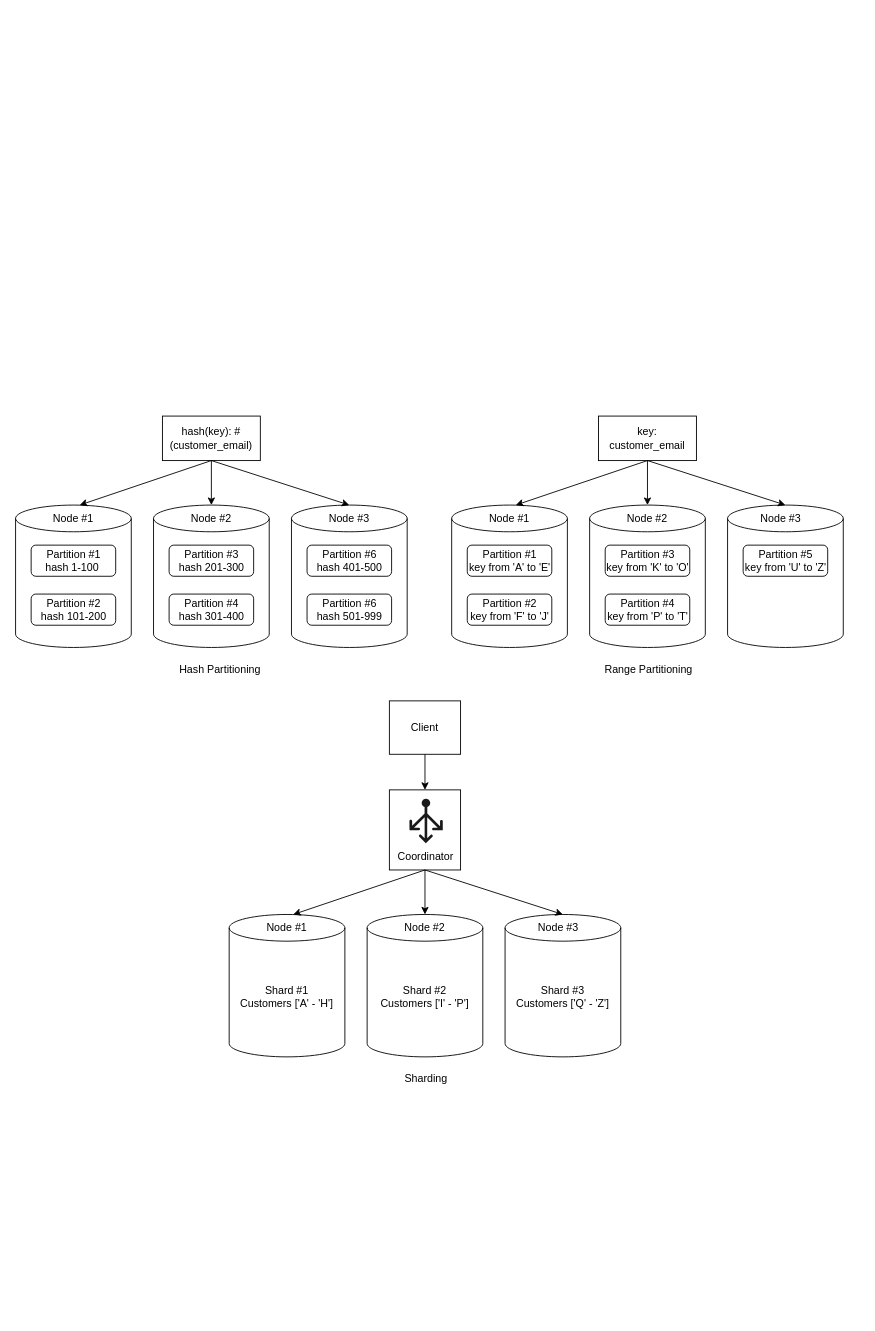
Above: Partitioning Diagram.drawio in jayanthkmr/architecture-diagrams (draw.io), before the change. Source tidied: cells renumbered, new cells numbered last; positions are measured from the earlier drawing's top-left corner, leaving out a move shared by most shapes. Both pictures are drawn from the tidied source at 89%, with x=0, y=0 at pixel (15, 416).
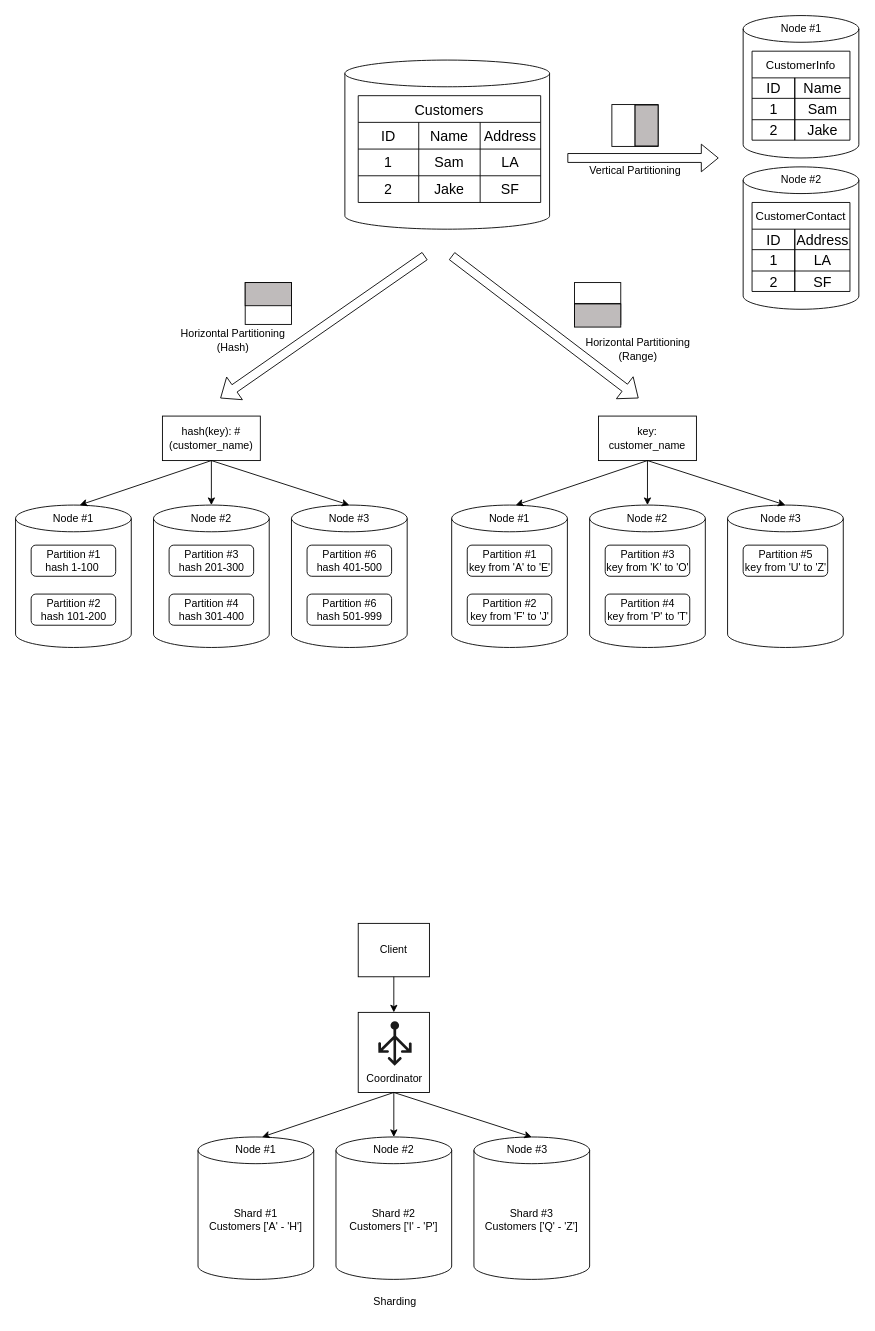
The same diagram, later.

Diff of the diagram source:
```diff
@@
     <mxCell id="2" style="rounded=0;whiteSpace=wrap;html=1;" parent="1" vertex="1">
-      <mxGeometry x="420" y="420" width="80" height="90" as="geometry" />
+      <mxGeometry x="385" y="670" width="80" height="90" as="geometry" />
     </mxCell>
@@
-    <mxCell id="5" value="key: customer_email" style="rounded=0;whiteSpace=wrap;html=1;" parent="1" vertex="1">
+    <mxCell id="5" value="key: customer_name" style="rounded=0;whiteSpace=wrap;html=1;" parent="1" vertex="1">
       <mxGeometry x="655" width="110" height="50" as="geometry" />
     </mxCell>
@@
-    <mxCell id="17" value="hash(key): #(customer_email)" style="rounded=0;whiteSpace=wrap;html=1;" parent="1" vertex="1">
+    <mxCell id="17" value="hash(key): #(customer_name)" style="rounded=0;whiteSpace=wrap;html=1;" parent="1" vertex="1">
       <mxGeometry x="165" width="110" height="50" as="geometry" />
     </mxCell>
@@
-    <mxCell id="34" value="Hash Partitioning" style="text;html=1;strokeColor=none;fillColor=none;align=center;verticalAlign=middle;whiteSpace=wrap;rounded=0;" parent="1" vertex="1">
-      <mxGeometry x="180" y="270" width="100" height="30" as="geometry" />
-    </mxCell>
-    <mxCell id="35" value="Range Partitioning" style="text;html=1;strokeColor=none;fillColor=none;align=center;verticalAlign=middle;whiteSpace=wrap;rounded=0;" parent="1" vertex="1">
-      <mxGeometry x="645" y="270" width="132.5" height="30" as="geometry" />
+    <mxCell id="35" value="Horizontal Partitioning (Range)" style="text;html=1;strokeColor=none;fillColor=none;align=center;verticalAlign=middle;whiteSpace=wrap;rounded=0;" parent="1" vertex="1">
+      <mxGeometry x="632.5" y="-90" width="132.5" height="30" as="geometry" />
     </mxCell>
     <mxCell id="36" value="Shard #1&lt;br style=&quot;border-color: var(--border-color);&quot;&gt;Customers ['A' - 'H']" style="shape=cylinder3;whiteSpace=wrap;html=1;boundedLbl=1;backgroundOutline=1;size=15;" parent="1" vertex="1">
-      <mxGeometry x="240" y="560" width="130" height="160" as="geometry" />
+      <mxGeometry x="205" y="810" width="130" height="160" as="geometry" />
     </mxCell>
     <mxCell id="37" value="Shard #2&lt;br style=&quot;border-color: var(--border-color);&quot;&gt;Customers ['I' - 'P']" style="shape=cylinder3;whiteSpace=wrap;html=1;boundedLbl=1;backgroundOutline=1;size=15;" parent="1" vertex="1">
-      <mxGeometry x="395" y="560" width="130" height="160" as="geometry" />
+      <mxGeometry x="360" y="810" width="130" height="160" as="geometry" />
     </mxCell>
     <mxCell id="38" value="Shard #3&lt;br style=&quot;border-color: var(--border-color);&quot;&gt;Customers ['Q' - 'Z']" style="shape=cylinder3;whiteSpace=wrap;html=1;boundedLbl=1;backgroundOutline=1;size=15;" parent="1" vertex="1">
-      <mxGeometry x="550" y="560" width="130" height="160" as="geometry" />
+      <mxGeometry x="515" y="810" width="130" height="160" as="geometry" />
     </mxCell>
     <mxCell id="39" style="endArrow=classic;html=1;rounded=0;exitX=0.5;exitY=1;exitDx=0;exitDy=0;entryX=0.554;entryY=0;entryDx=0;entryDy=0;entryPerimeter=0;" parent="1" edge="1" target="36">
       <mxGeometry relative="1" as="geometry">
-        <mxPoint x="460" y="510" as="sourcePoint" />
+        <mxPoint x="425" y="760" as="sourcePoint" />
       </mxGeometry>
     </mxCell>
     <mxCell id="40" style="endArrow=classic;html=1;rounded=0;exitX=0.5;exitY=1;exitDx=0;exitDy=0;" parent="1" edge="1" target="37">
       <mxGeometry relative="1" as="geometry">
-        <mxPoint x="460" y="510" as="sourcePoint" />
+        <mxPoint x="425" y="760" as="sourcePoint" />
       </mxGeometry>
     </mxCell>
     <mxCell id="41" style="endArrow=classic;html=1;rounded=0;exitX=0.5;exitY=1;exitDx=0;exitDy=0;entryX=0.5;entryY=0;entryDx=0;entryDy=0;entryPerimeter=0;" parent="1" edge="1" target="38">
       <mxGeometry relative="1" as="geometry">
-        <mxPoint x="460" y="510" as="sourcePoint" />
+        <mxPoint x="425" y="760" as="sourcePoint" />
       </mxGeometry>
     </mxCell>
     <mxCell id="42" value="Node #1" style="text;html=1;strokeColor=none;fillColor=none;align=center;verticalAlign=middle;whiteSpace=wrap;rounded=0;" parent="1" vertex="1">
-      <mxGeometry x="275" y="560" width="60" height="30" as="geometry" />
+      <mxGeometry x="240" y="810" width="60" height="30" as="geometry" />
     </mxCell>
     <mxCell id="43" value="Node #2" style="text;html=1;strokeColor=none;fillColor=none;align=center;verticalAlign=middle;whiteSpace=wrap;rounded=0;" parent="1" vertex="1">
-      <mxGeometry x="430" y="560" width="60" height="30" as="geometry" />
+      <mxGeometry x="395" y="810" width="60" height="30" as="geometry" />
     </mxCell>
     <mxCell id="44" value="Node #3" style="text;html=1;strokeColor=none;fillColor=none;align=center;verticalAlign=middle;whiteSpace=wrap;rounded=0;" parent="1" vertex="1">
-      <mxGeometry x="580" y="560" width="60" height="30" as="geometry" />
+      <mxGeometry x="545" y="810" width="60" height="30" as="geometry" />
     </mxCell>
     <mxCell id="45" value="Sharding" style="text;html=1;strokeColor=none;fillColor=none;align=center;verticalAlign=middle;whiteSpace=wrap;rounded=0;" parent="1" vertex="1">
-      <mxGeometry x="395" y="730" width="132.5" height="30" as="geometry" />
+      <mxGeometry x="360" y="980" width="132.5" height="30" as="geometry" />
     </mxCell>
     <mxCell id="46" style="verticalLabelPosition=bottom;html=1;verticalAlign=top;align=center;strokeColor=none;fillColor=#1A1A1A;shape=mxgraph.azure.load_balancer_generic;" parent="1" vertex="1">
-      <mxGeometry x="442.5" y="430" width="37.5" height="50" as="geometry" />
+      <mxGeometry x="407.5" y="680" width="37.5" height="50" as="geometry" />
     </mxCell>
     <mxCell id="47" value="Coordinator" style="text;html=1;strokeColor=none;fillColor=none;align=center;verticalAlign=middle;whiteSpace=wrap;rounded=0;" parent="1" vertex="1">
-      <mxGeometry x="431" y="480" width="60" height="30" as="geometry" />
+      <mxGeometry x="396" y="730" width="60" height="30" as="geometry" />
     </mxCell>
     <mxCell id="48" value="Client" style="rounded=0;whiteSpace=wrap;html=1;" parent="1" vertex="1">
-      <mxGeometry x="420" y="320" width="80" height="60" as="geometry" />
+      <mxGeometry x="385" y="570" width="80" height="60" as="geometry" />
     </mxCell>
@@
+    <mxCell id="50" style="shape=cylinder3;whiteSpace=wrap;html=1;boundedLbl=1;backgroundOutline=1;size=15;" parent="1" vertex="1">
+      <mxGeometry x="370" y="-400" width="230" height="190" as="geometry" />
+    </mxCell>
+    <mxCell id="51" value="Customers" style="shape=table;startSize=30;childLayout=tableLayout;strokeColor=default;fontSize=16;" parent="1" vertex="1">
+      <mxGeometry x="385" y="-360" width="205" height="120" as="geometry" />
+    </mxCell>
+    <mxCell id="52" style="shape=tableRow;horizontal=0;startSize=0;swimlaneHead=0;swimlaneBody=0;strokeColor=inherit;top=0;left=0;bottom=0;right=0;fillColor=none;fontSize=16;" parent="51" vertex="1">
+      <mxGeometry y="30" width="205" height="30" as="geometry" />
+    </mxCell>
+    <mxCell id="53" value="ID" style="shape=partialRectangle;html=1;whiteSpace=wrap;strokeColor=inherit;overflow=hidden;fillColor=none;top=0;left=0;bottom=0;right=0;fontSize=16;" parent="52" vertex="1">
+      <mxGeometry width="68" height="30" as="geometry" />
+    </mxCell>
+    <mxCell id="54" value="Name" style="shape=partialRectangle;html=1;whiteSpace=wrap;strokeColor=inherit;overflow=hidden;fillColor=none;top=0;left=0;bottom=0;right=0;fontSize=16;" parent="52" vertex="1">
+      <mxGeometry x="68" width="69" height="30" as="geometry" />
+    </mxCell>
+    <mxCell id="55" value="Address" style="shape=partialRectangle;html=1;whiteSpace=wrap;strokeColor=inherit;overflow=hidden;fillColor=none;top=0;left=0;bottom=0;right=0;fontSize=16;" parent="52" vertex="1">
+      <mxGeometry x="137" width="68" height="30" as="geometry" />
+    </mxCell>
+    <mxCell id="56" style="shape=tableRow;horizontal=0;startSize=0;swimlaneHead=0;swimlaneBody=0;strokeColor=inherit;top=0;left=0;bottom=0;right=0;fillColor=none;fontSize=16;" parent="51" vertex="1">
+      <mxGeometry y="60" width="205" height="30" as="geometry" />
+    </mxCell>
+    <mxCell id="57" value="1" style="shape=partialRectangle;html=1;whiteSpace=wrap;strokeColor=inherit;overflow=hidden;fillColor=none;top=0;left=0;bottom=0;right=0;fontSize=16;" parent="56" vertex="1">
+      <mxGeometry width="68" height="30" as="geometry" />
+    </mxCell>
+    <mxCell id="58" value="Sam" style="shape=partialRectangle;html=1;whiteSpace=wrap;strokeColor=inherit;overflow=hidden;fillColor=none;top=0;left=0;bottom=0;right=0;fontSize=16;" parent="56" vertex="1">
+      <mxGeometry x="68" width="69" height="30" as="geometry" />
+    </mxCell>
+    <mxCell id="59" value="LA" style="shape=partialRectangle;html=1;whiteSpace=wrap;strokeColor=inherit;overflow=hidden;fillColor=none;top=0;left=0;bottom=0;right=0;fontSize=16;" parent="56" vertex="1">
+      <mxGeometry x="137" width="68" height="30" as="geometry" />
+    </mxCell>
+    <mxCell id="60" style="shape=tableRow;horizontal=0;startSize=0;swimlaneHead=0;swimlaneBody=0;strokeColor=inherit;top=0;left=0;bottom=0;right=0;fillColor=none;fontSize=16;" parent="51" vertex="1">
+      <mxGeometry y="90" width="205" height="30" as="geometry" />
+    </mxCell>
+    <mxCell id="61" value="2" style="shape=partialRectangle;html=1;whiteSpace=wrap;strokeColor=inherit;overflow=hidden;fillColor=none;top=0;left=0;bottom=0;right=0;fontSize=16;" parent="60" vertex="1">
+      <mxGeometry width="68" height="30" as="geometry" />
+    </mxCell>
+    <mxCell id="62" value="Jake" style="shape=partialRectangle;html=1;whiteSpace=wrap;strokeColor=inherit;overflow=hidden;fillColor=none;top=0;left=0;bottom=0;right=0;fontSize=16;" parent="60" vertex="1">
+      <mxGeometry x="68" width="69" height="30" as="geometry" />
+    </mxCell>
+    <mxCell id="63" value="SF" style="shape=partialRectangle;html=1;whiteSpace=wrap;strokeColor=inherit;overflow=hidden;fillColor=none;top=0;left=0;bottom=0;right=0;fontSize=16;" parent="60" vertex="1">
+      <mxGeometry x="137" width="68" height="30" as="geometry" />
+    </mxCell>
+    <mxCell id="64" style="shape=cylinder3;whiteSpace=wrap;html=1;boundedLbl=1;backgroundOutline=1;size=15;" parent="1" vertex="1">
+      <mxGeometry x="817.5" y="-450" width="130" height="160" as="geometry" />
+    </mxCell>
+    <mxCell id="65" value="Node #1" style="text;html=1;strokeColor=none;fillColor=none;align=center;verticalAlign=middle;whiteSpace=wrap;rounded=0;" parent="1" vertex="1">
+      <mxGeometry x="852.5" y="-450" width="60" height="30" as="geometry" />
+    </mxCell>
+    <mxCell id="66" value="CustomerInfo" style="shape=table;startSize=30;childLayout=tableLayout;strokeColor=default;fontSize=13;" parent="1" vertex="1">
+      <mxGeometry x="827.5" y="-410" width="110" height="100" as="geometry" />
+    </mxCell>
+    <mxCell id="67" style="shape=tableRow;horizontal=0;startSize=0;swimlaneHead=0;swimlaneBody=0;strokeColor=inherit;top=0;left=0;bottom=0;right=0;fillColor=none;fontSize=16;" parent="66" vertex="1">
+      <mxGeometry y="30" width="110" height="23" as="geometry" />
+    </mxCell>
+    <mxCell id="68" value="ID" style="shape=partialRectangle;html=1;whiteSpace=wrap;strokeColor=inherit;overflow=hidden;fillColor=none;top=0;left=0;bottom=0;right=0;fontSize=16;" parent="67" vertex="1">
+      <mxGeometry width="48" height="23" as="geometry" />
+    </mxCell>
+    <mxCell id="69" style="shape=partialRectangle;html=1;whiteSpace=wrap;strokeColor=inherit;overflow=hidden;fillColor=none;top=0;left=0;bottom=0;right=0;fontSize=16;" parent="67" vertex="1">
+      <mxGeometry x="48" height="23" as="geometry" />
+    </mxCell>
+    <mxCell id="70" value="Name" style="shape=partialRectangle;html=1;whiteSpace=wrap;strokeColor=inherit;overflow=hidden;fillColor=none;top=0;left=0;bottom=0;right=0;fontSize=16;" parent="67" vertex="1">
+      <mxGeometry x="48" width="62" height="23" as="geometry" />
+    </mxCell>
+    <mxCell id="71" style="shape=tableRow;horizontal=0;startSize=0;swimlaneHead=0;swimlaneBody=0;strokeColor=inherit;top=0;left=0;bottom=0;right=0;fillColor=none;fontSize=16;" parent="66" vertex="1">
+      <mxGeometry y="53" width="110" height="24" as="geometry" />
+    </mxCell>
+    <mxCell id="72" value="1" style="shape=partialRectangle;html=1;whiteSpace=wrap;strokeColor=inherit;overflow=hidden;fillColor=none;top=0;left=0;bottom=0;right=0;fontSize=16;" parent="71" vertex="1">
+      <mxGeometry width="48" height="24" as="geometry" />
+    </mxCell>
+    <mxCell id="73" style="shape=partialRectangle;html=1;whiteSpace=wrap;strokeColor=inherit;overflow=hidden;fillColor=none;top=0;left=0;bottom=0;right=0;fontSize=16;" parent="71" vertex="1">
+      <mxGeometry x="48" height="24" as="geometry" />
+    </mxCell>
+    <mxCell id="74" value="Sam" style="shape=partialRectangle;html=1;whiteSpace=wrap;strokeColor=inherit;overflow=hidden;fillColor=none;top=0;left=0;bottom=0;right=0;fontSize=16;" parent="71" vertex="1">
+      <mxGeometry x="48" width="62" height="24" as="geometry" />
+    </mxCell>
+    <mxCell id="75" style="shape=tableRow;horizontal=0;startSize=0;swimlaneHead=0;swimlaneBody=0;strokeColor=inherit;top=0;left=0;bottom=0;right=0;fillColor=none;fontSize=16;" parent="66" vertex="1">
+      <mxGeometry y="77" width="110" height="23" as="geometry" />
+    </mxCell>
+    <mxCell id="76" value="2" style="shape=partialRectangle;html=1;whiteSpace=wrap;strokeColor=inherit;overflow=hidden;fillColor=none;top=0;left=0;bottom=0;right=0;fontSize=16;" parent="75" vertex="1">
+      <mxGeometry width="48" height="23" as="geometry" />
+    </mxCell>
+    <mxCell id="77" style="shape=partialRectangle;html=1;whiteSpace=wrap;strokeColor=inherit;overflow=hidden;fillColor=none;top=0;left=0;bottom=0;right=0;fontSize=16;" parent="75" vertex="1">
+      <mxGeometry x="48" height="23" as="geometry" />
+    </mxCell>
+    <mxCell id="78" value="Jake" style="shape=partialRectangle;html=1;whiteSpace=wrap;strokeColor=inherit;overflow=hidden;fillColor=none;top=0;left=0;bottom=0;right=0;fontSize=16;" parent="75" vertex="1">
+      <mxGeometry x="48" width="62" height="23" as="geometry" />
+    </mxCell>
+    <mxCell id="79" style="shape=cylinder3;whiteSpace=wrap;html=1;boundedLbl=1;backgroundOutline=1;size=15;" parent="1" vertex="1">
+      <mxGeometry x="817.5" y="-280" width="130" height="160" as="geometry" />
+    </mxCell>
+    <mxCell id="80" value="Node #2" style="text;html=1;strokeColor=none;fillColor=none;align=center;verticalAlign=middle;whiteSpace=wrap;rounded=0;" parent="1" vertex="1">
+      <mxGeometry x="852.5" y="-280" width="60" height="30" as="geometry" />
+    </mxCell>
+    <mxCell id="81" value="CustomerContact" style="shape=table;startSize=30;childLayout=tableLayout;strokeColor=default;fontSize=13;" parent="1" vertex="1">
+      <mxGeometry x="827.5" y="-240" width="110" height="100" as="geometry" />
+    </mxCell>
+    <mxCell id="82" style="shape=tableRow;horizontal=0;startSize=0;swimlaneHead=0;swimlaneBody=0;strokeColor=inherit;top=0;left=0;bottom=0;right=0;fillColor=none;fontSize=16;" parent="81" vertex="1">
+      <mxGeometry y="30" width="110" height="23" as="geometry" />
+    </mxCell>
+    <mxCell id="83" value="ID" style="shape=partialRectangle;html=1;whiteSpace=wrap;strokeColor=inherit;overflow=hidden;fillColor=none;top=0;left=0;bottom=0;right=0;fontSize=16;" parent="82" vertex="1">
+      <mxGeometry width="48" height="23" as="geometry" />
+    </mxCell>
+    <mxCell id="84" style="shape=partialRectangle;html=1;whiteSpace=wrap;strokeColor=inherit;overflow=hidden;fillColor=none;top=0;left=0;bottom=0;right=0;fontSize=16;" parent="82" vertex="1">
+      <mxGeometry x="48" height="23" as="geometry" />
+    </mxCell>
+    <mxCell id="85" value="Address" style="shape=partialRectangle;html=1;whiteSpace=wrap;strokeColor=inherit;overflow=hidden;fillColor=none;top=0;left=0;bottom=0;right=0;fontSize=16;" parent="82" vertex="1">
+      <mxGeometry x="48" width="62" height="23" as="geometry" />
+    </mxCell>
+    <mxCell id="86" style="shape=tableRow;horizontal=0;startSize=0;swimlaneHead=0;swimlaneBody=0;strokeColor=inherit;top=0;left=0;bottom=0;right=0;fillColor=none;fontSize=16;" parent="81" vertex="1">
+      <mxGeometry y="53" width="110" height="24" as="geometry" />
+    </mxCell>
+    <mxCell id="87" value="1" style="shape=partialRectangle;html=1;whiteSpace=wrap;strokeColor=inherit;overflow=hidden;fillColor=none;top=0;left=0;bottom=0;right=0;fontSize=16;" parent="86" vertex="1">
+      <mxGeometry width="48" height="24" as="geometry" />
+    </mxCell>
+    <mxCell id="88" style="shape=partialRectangle;html=1;whiteSpace=wrap;strokeColor=inherit;overflow=hidden;fillColor=none;top=0;left=0;bottom=0;right=0;fontSize=16;" parent="86" vertex="1">
+      <mxGeometry x="48" height="24" as="geometry" />
+    </mxCell>
+    <mxCell id="89" value="LA" style="shape=partialRectangle;html=1;whiteSpace=wrap;strokeColor=inherit;overflow=hidden;fillColor=none;top=0;left=0;bottom=0;right=0;fontSize=16;" parent="86" vertex="1">
+      <mxGeometry x="48" width="62" height="24" as="geometry" />
+    </mxCell>
+    <mxCell id="90" style="shape=tableRow;horizontal=0;startSize=0;swimlaneHead=0;swimlaneBody=0;strokeColor=inherit;top=0;left=0;bottom=0;right=0;fillColor=none;fontSize=16;" parent="81" vertex="1">
+      <mxGeometry y="77" width="110" height="23" as="geometry" />
+    </mxCell>
+    <mxCell id="91" value="2" style="shape=partialRectangle;html=1;whiteSpace=wrap;strokeColor=inherit;overflow=hidden;fillColor=none;top=0;left=0;bottom=0;right=0;fontSize=16;" parent="90" vertex="1">
+      <mxGeometry width="48" height="23" as="geometry" />
+    </mxCell>
+    <mxCell id="92" style="shape=partialRectangle;html=1;whiteSpace=wrap;strokeColor=inherit;overflow=hidden;fillColor=none;top=0;left=0;bottom=0;right=0;fontSize=16;" parent="90" vertex="1">
+      <mxGeometry x="48" height="23" as="geometry" />
+    </mxCell>
+    <mxCell id="93" value="SF" style="shape=partialRectangle;html=1;whiteSpace=wrap;strokeColor=inherit;overflow=hidden;fillColor=none;top=0;left=0;bottom=0;right=0;fontSize=16;" parent="90" vertex="1">
+      <mxGeometry x="48" width="62" height="23" as="geometry" />
+    </mxCell>
+    <mxCell id="94" style="shape=flexArrow;endArrow=classic;html=1;rounded=0;" parent="1" edge="1">
+      <mxGeometry relative="1" as="geometry">
+        <mxPoint x="460" y="-180" as="sourcePoint" />
+        <mxPoint x="230" y="-20" as="targetPoint" />
+      </mxGeometry>
+    </mxCell>
+    <mxCell id="95" style="shape=flexArrow;endArrow=classic;html=1;rounded=0;" parent="1" edge="1">
+      <mxGeometry relative="1" as="geometry">
+        <mxPoint x="490" y="-180" as="sourcePoint" />
+        <mxPoint x="700" y="-20" as="targetPoint" />
+      </mxGeometry>
+    </mxCell>
+    <mxCell id="96" style="shape=flexArrow;endArrow=classic;html=1;rounded=0;" parent="1" edge="1">
+      <mxGeometry relative="1" as="geometry">
+        <mxPoint x="620" y="-290" as="sourcePoint" />
+        <mxPoint x="790" y="-290" as="targetPoint" />
+      </mxGeometry>
+    </mxCell>
+    <mxCell id="97" style="rounded=0;whiteSpace=wrap;html=1;" parent="1" vertex="1">
+      <mxGeometry x="670" y="-350" width="52" height="47" as="geometry" />
+    </mxCell>
+    <mxCell id="98" style="endArrow=none;html=1;rounded=0;entryX=0.5;entryY=0;entryDx=0;entryDy=0;exitX=0.5;exitY=1;exitDx=0;exitDy=0;" parent="1" edge="1" source="97" target="97">
+      <mxGeometry relative="1" as="geometry" />
+    </mxCell>
+    <mxCell id="99" style="rounded=0;whiteSpace=wrap;html=1;" parent="1" vertex="1">
+      <mxGeometry x="258" y="-150" width="52" height="47" as="geometry" />
+    </mxCell>
+    <mxCell id="100" style="rounded=0;whiteSpace=wrap;html=1;" parent="1" vertex="1">
+      <mxGeometry x="628" y="-150" width="52" height="47" as="geometry" />
+    </mxCell>
+    <mxCell id="101" style="endArrow=none;html=1;rounded=0;exitX=0;exitY=0.5;exitDx=0;exitDy=0;entryX=1;entryY=0.5;entryDx=0;entryDy=0;" parent="1" edge="1" source="99" target="99">
+      <mxGeometry relative="1" as="geometry" />
+    </mxCell>
+    <mxCell id="102" style="endArrow=none;html=1;rounded=0;exitX=0;exitY=0.5;exitDx=0;exitDy=0;entryX=1;entryY=0.5;entryDx=0;entryDy=0;" parent="1" edge="1" source="100" target="100">
+      <mxGeometry relative="1" as="geometry" />
+    </mxCell>
+    <mxCell id="103" value="Vertical Partitioning" style="text;html=1;strokeColor=none;fillColor=none;align=center;verticalAlign=middle;whiteSpace=wrap;rounded=0;" parent="1" vertex="1">
+      <mxGeometry x="629.8" y="-290" width="132.5" height="30" as="geometry" />
+    </mxCell>
+    <mxCell id="104" value="Horizontal Partitioning (Hash)" style="text;html=1;strokeColor=none;fillColor=none;align=center;verticalAlign=middle;whiteSpace=wrap;rounded=0;" parent="1" vertex="1">
+      <mxGeometry x="177.5" y="-100" width="132.5" height="30" as="geometry" />
+    </mxCell>
+    <mxCell id="105" style="rounded=0;whiteSpace=wrap;html=1;fillColor=#bfbbbb;" parent="1" vertex="1">
+      <mxGeometry x="258" y="-150" width="52" height="26" as="geometry" />
+    </mxCell>
+    <mxCell id="106" style="rounded=0;whiteSpace=wrap;html=1;fillColor=#bfbbbb;" parent="1" vertex="1">
+      <mxGeometry x="628" y="-126" width="52" height="26" as="geometry" />
+    </mxCell>
+    <mxCell id="107" style="rounded=0;whiteSpace=wrap;html=1;fillColor=#bfbbbb;rotation=-90;" parent="1" vertex="1">
+      <mxGeometry x="686" y="-339.4" width="46" height="25.8" as="geometry" />
+    </mxCell>
```
